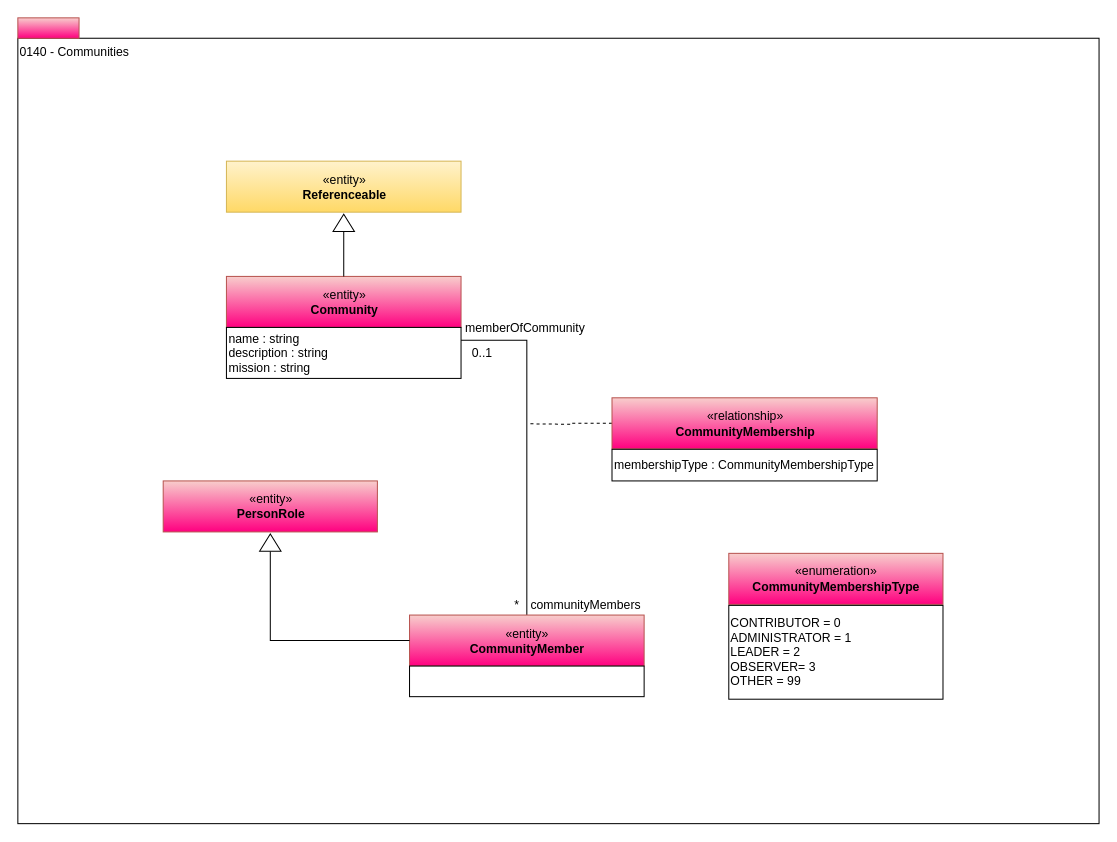
Before: page "0140-Communities" (9 of 12) of site/docs/types/1/area-1-collaboration.drawio in odpi/egeria-docs, a draw.io diagram. Source tidied: cells renumbered, new cells numbered last; positions are measured from the earlier drawing's top-left corner, leaving out a move shared by most shapes. Both pictures are drawn from the tidied source at 102%, with x=0, y=0 at pixel (17, 17).
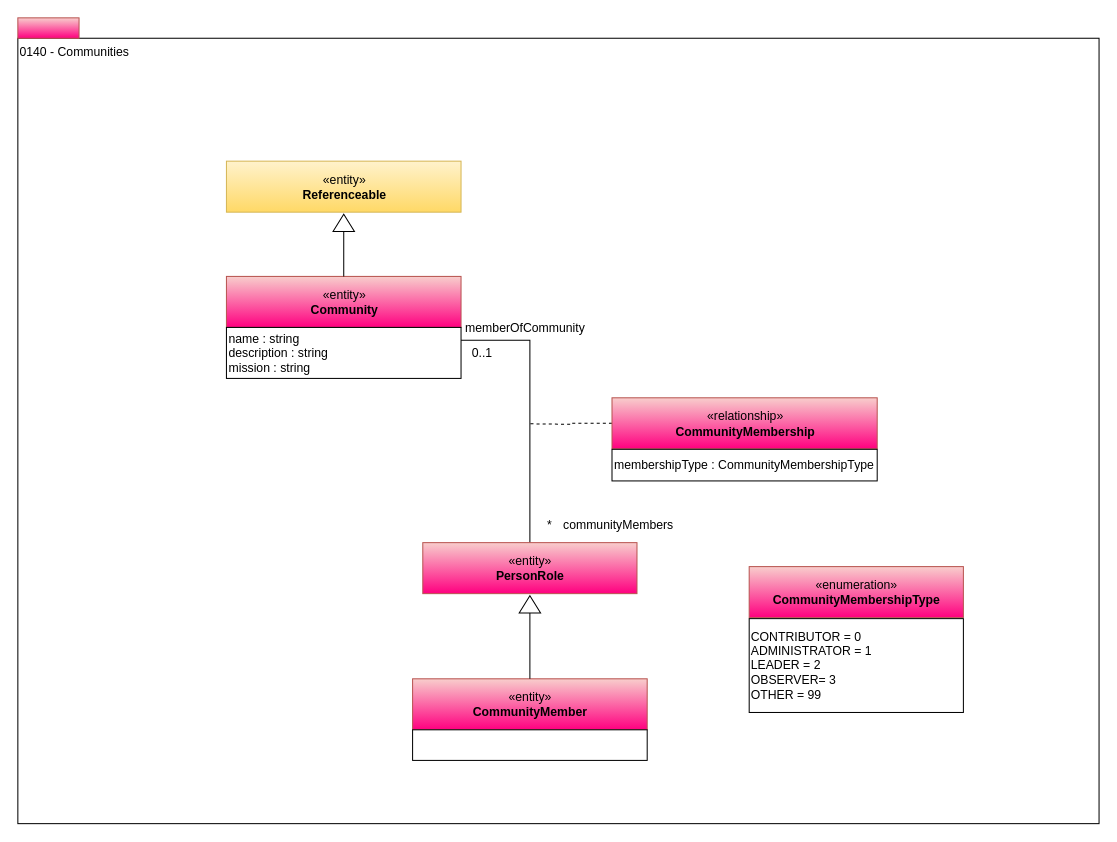
The same page after the edit.

The change refers to these unchanged cells:
```xml
<mxCell id="6" value="name : string&lt;br&gt;description : string&lt;br&gt;mission : string&lt;br&gt;" style="rounded=0;whiteSpace=wrap;html=1;align=left;" parent="1" vertex="1">
  <mxGeometry x="204.5" y="303.5" width="230" height="50" as="geometry" />
</mxCell>
```

Change to the diagram source:
```diff
@@
-    <mxCell id="5" style="edgeStyle=orthogonalEdgeStyle;rounded=0;html=1;exitX=1;exitY=0.25;endArrow=none;endFill=0;jettySize=auto;" parent="1" edge="1" source="6" target="9">
+    <mxCell id="5" style="edgeStyle=orthogonalEdgeStyle;rounded=0;html=1;exitX=1;exitY=0.25;endArrow=none;endFill=0;jettySize=auto;" parent="1" edge="1" source="6" target="18">
       <mxGeometry relative="1" as="geometry" />
     </mxCell>
@@
     <mxCell id="9" value="«entity»&lt;br&gt;&lt;b&gt;CommunityMember&lt;/b&gt;" style="html=1;strokeColor=#b85450;align=center;fillColor=#f8cecc;gradientColor=#FF0080;" parent="1" vertex="1">
-      <mxGeometry x="384" y="585.5" width="230" height="50" as="geometry" />
+      <mxGeometry x="387" y="648" width="230" height="50" as="geometry" />
     </mxCell>
     <mxCell id="10" style="rounded=0;whiteSpace=wrap;html=1;align=left;" parent="1" vertex="1">
-      <mxGeometry x="384" y="635.5" width="230" height="30" as="geometry" />
+      <mxGeometry x="387" y="698" width="230" height="30" as="geometry" />
     </mxCell>
@@
     <mxCell id="14" value="*" style="text;html=1;align=center;verticalAlign=top;spacingTop=-4;" parent="1" vertex="1">
-      <mxGeometry x="479" y="565.5" width="20" height="20" as="geometry" />
+      <mxGeometry x="510.5" y="488" width="20" height="20" as="geometry" />
     </mxCell>
@@
-    <mxCell id="16" style="edgeStyle=orthogonalEdgeStyle;rounded=0;html=1;exitX=0;exitY=0.5;entryX=0;entryY=0.5;endArrow=none;endFill=0;jettySize=auto;" parent="1" edge="1" source="17" target="9">
+    <mxCell id="16" style="edgeStyle=orthogonalEdgeStyle;rounded=0;html=1;exitX=0;exitY=0.5;entryX=0.5;entryY=0;endArrow=none;endFill=0;jettySize=auto;entryDx=0;entryDy=0;" parent="1" edge="1" source="17" target="9">
       <mxGeometry relative="1" as="geometry" />
     </mxCell>
     <mxCell id="17" style="triangle;whiteSpace=wrap;html=1;strokeColor=#000000;gradientColor=#ffffff;align=center;rotation=-90;" parent="1" vertex="1">
-      <mxGeometry x="239" y="504" width="17" height="21" as="geometry" />
+      <mxGeometry x="493.5" y="564.5" width="17" height="21" as="geometry" />
     </mxCell>
     <mxCell id="18" value="«entity»&lt;br&gt;&lt;b&gt;PersonRole&lt;/b&gt;" style="html=1;strokeColor=#b85450;align=center;fillColor=#f8cecc;gradientColor=#FF0080;" parent="1" vertex="1">
-      <mxGeometry x="142.5" y="454" width="210" height="50" as="geometry" />
+      <mxGeometry x="397" y="514.5" width="210" height="50" as="geometry" />
     </mxCell>
@@
     <mxCell id="20" value="communityMembers" style="text;html=1;align=left;verticalAlign=top;spacingTop=-4;" parent="1" vertex="1">
-      <mxGeometry x="501" y="565.5" width="120" height="20" as="geometry" />
+      <mxGeometry x="532.5" y="488" width="120" height="20" as="geometry" />
     </mxCell>
@@
     <mxCell id="22" value="«enumeration»&lt;br&gt;&lt;span&gt;&lt;b&gt;CommunityMembershipType&lt;/b&gt;&lt;/span&gt;&lt;br&gt;" style="html=1;strokeColor=#b85450;align=center;fillColor=#f8cecc;gradientColor=#FF0080;" parent="1" vertex="1">
-      <mxGeometry x="697" y="525" width="210" height="50" as="geometry" />
+      <mxGeometry x="717" y="538" width="210" height="50" as="geometry" />
     </mxCell>
     <mxCell id="23" value="&lt;div style=&quot;text-align: left&quot;&gt;CONTRIBUTOR = 0&lt;/div&gt;&lt;div style=&quot;text-align: left&quot;&gt;ADMINISTRATOR = 1&lt;/div&gt;&lt;div style=&quot;text-align: left&quot;&gt;LEADER = 2&lt;/div&gt;&lt;div style=&quot;text-align: left&quot;&gt;OBSERVER= 3&lt;/div&gt;&lt;div style=&quot;text-align: left&quot;&gt;&lt;span&gt;OTHER = 99&lt;/span&gt;&lt;br&gt;&lt;/div&gt;" style="rounded=0;whiteSpace=wrap;html=1;strokeColor=#000000;gradientColor=#ffffff;align=left;" parent="1" vertex="1">
-      <mxGeometry x="697" y="576" width="210" height="92" as="geometry" />
+      <mxGeometry x="717" y="589" width="210" height="92" as="geometry" />
     </mxCell>
```
